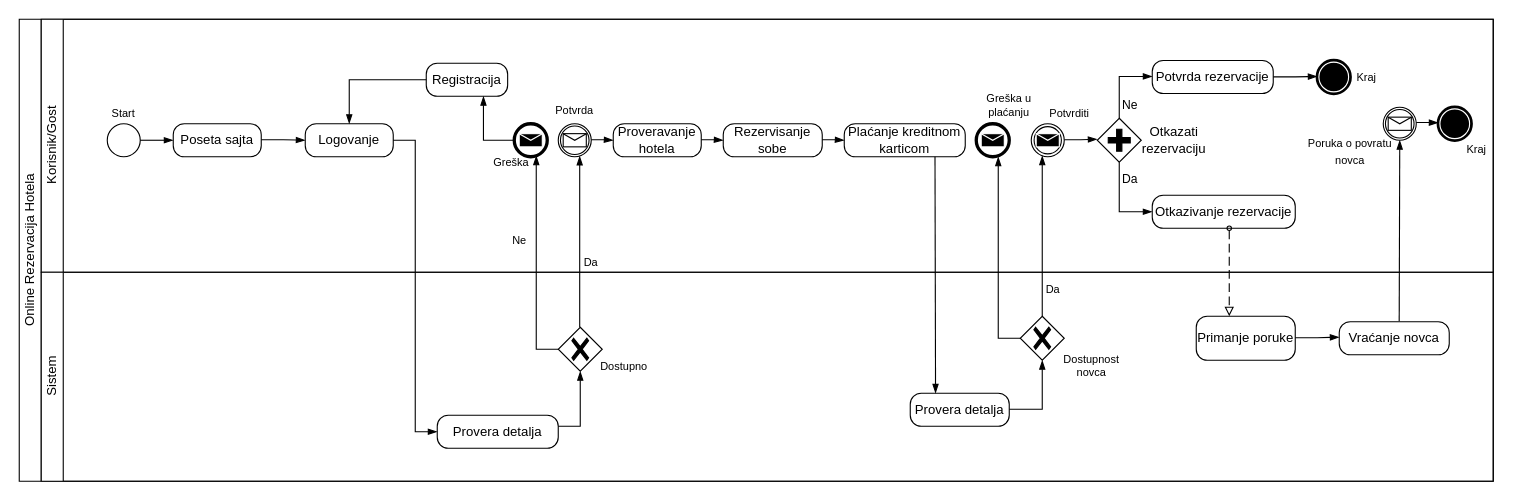
Above: Neimenovani dijagram.drawio in KatarinaBatic/Test (draw.io), before the change. Source tidied: cells renumbered, new cells numbered last; positions are measured from the earlier drawing's top-left corner, leaving out a move shared by most shapes. Both pictures are drawn from the tidied source at 110%, with x=0, y=0 at pixel (19, 19).
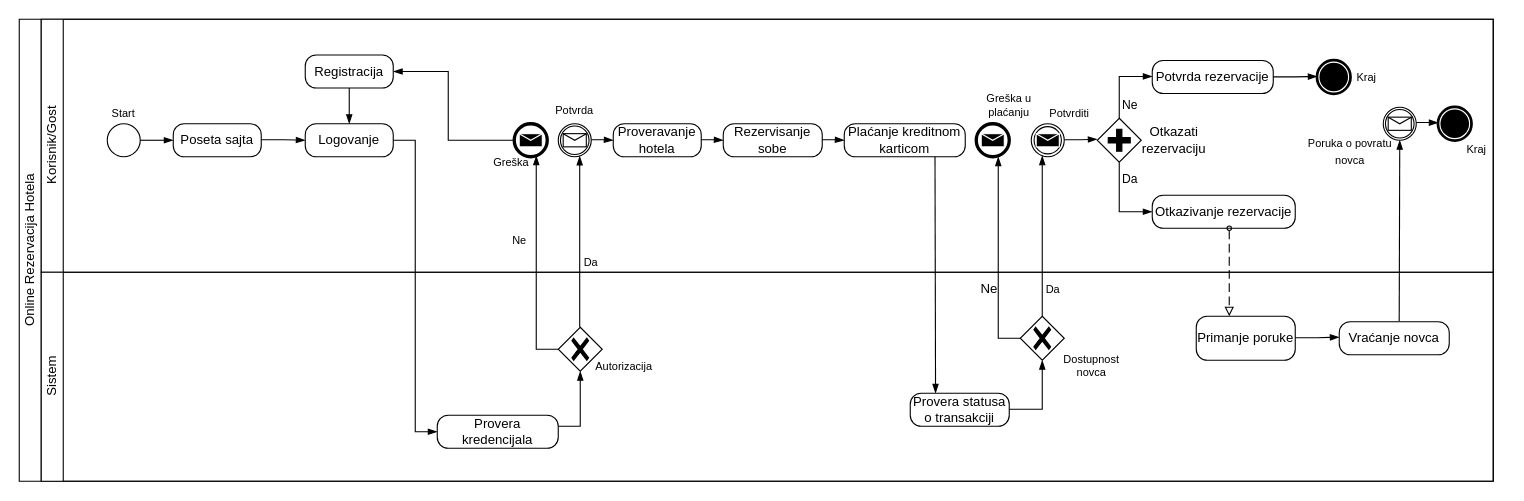
Above is the later version.

The change refers to these unchanged cells:
```xml
<mxCell id="3" value="&lt;span style=&quot;font-weight: normal;&quot;&gt;Korisnik/Gost&lt;/span&gt;" style="swimlane;html=1;startSize=20;horizontal=0;" parent="2" vertex="1">
  <mxGeometry x="20" width="1320" height="230" as="geometry" />
</mxCell>
<mxCell id="8" value="Logovanje" style="points=[[0.25,0,0],[0.5,0,0],[0.75,0,0],[1,0.25,0],[1,0.5,0],[1,0.75,0],[0.75,1,0],[0.5,1,0],[0.25,1,0],[0,0.75,0],[0,0.5,0],[0,0.25,0]];shape=mxgraph.bpmn.task;whiteSpace=wrap;rectStyle=rounded;size=10;html=1;taskMarker=abstract;" parent="3" vertex="1">
  <mxGeometry x="240" y="95" width="80" height="30" as="geometry" />
</mxCell>
<mxCell id="12" style="points=[[0.145,0.145,0],[0.5,0,0],[0.855,0.145,0],[1,0.5,0],[0.855,0.855,0],[0.5,1,0],[0.145,0.855,0],[0,0.5,0]];shape=mxgraph.bpmn.event;html=1;verticalLabelPosition=bottom;labelBackgroundColor=#ffffff;verticalAlign=top;align=center;perimeter=ellipsePerimeter;outlineConnect=0;outline=end;symbol=message;" parent="3" vertex="1">
  <mxGeometry x="430" y="95" width="30" height="30" as="geometry" />
</mxCell>
<mxCell id="50" value="&lt;span style=&quot;font-weight: normal;&quot;&gt;Sistem&lt;/span&gt;" style="swimlane;html=1;startSize=20;horizontal=0;" parent="2" vertex="1">
  <mxGeometry x="20" y="230" width="1320" height="190" as="geometry" />
</mxCell>
```

Change to the diagram source:
```diff
@@
-    <mxCell id="10" value="Registracija" style="points=[[0.25,0,0],[0.5,0,0],[0.75,0,0],[1,0.25,0],[1,0.5,0],[1,0.75,0],[0.75,1,0],[0.5,1,0],[0.25,1,0],[0,0.75,0],[0,0.5,0],[0,0.25,0]];shape=mxgraph.bpmn.task;whiteSpace=wrap;rectStyle=rounded;size=10;html=1;taskMarker=abstract;" parent="3" vertex="1">
-      <mxGeometry x="350" y="40" width="74" height="30" as="geometry" />
-    </mxCell>
-    <mxCell id="11" style="edgeStyle=elbowEdgeStyle;fontSize=12;html=1;endArrow=blockThin;endFill=1;rounded=0;entryX=0.5;entryY=0;entryDx=0;entryDy=0;entryPerimeter=0;exitX=0;exitY=0.5;exitDx=0;exitDy=0;exitPerimeter=0;" parent="3" edge="1" source="10" target="8">
-      <mxGeometry relative="1" as="geometry">
-        <Array as="points">
-          <mxPoint x="280" y="60" />
-          <mxPoint x="310" y="50" />
-          <mxPoint x="270" y="50" />
-          <mxPoint x="295" y="70" />
-        </Array>
-      </mxGeometry>
-    </mxCell>
@@
-    <mxCell id="16" style="edgeStyle=elbowEdgeStyle;fontSize=12;html=1;endArrow=blockThin;endFill=1;rounded=0;exitX=0;exitY=0.5;exitDx=0;exitDy=0;exitPerimeter=0;" parent="3" edge="1" source="12" target="10">
+    <mxCell id="16" style="edgeStyle=elbowEdgeStyle;fontSize=12;html=1;endArrow=blockThin;endFill=1;rounded=0;exitX=0;exitY=0.5;exitDx=0;exitDy=0;exitPerimeter=0;entryX=1;entryY=0.5;entryDx=0;entryDy=0;entryPerimeter=0;" parent="3" edge="1" source="12" target="10">
       <mxGeometry relative="1" as="geometry">
         <Array as="points">
-          <mxPoint x="402" y="105" />
+          <mxPoint x="370" y="60" />
         </Array>
       </mxGeometry>
     </mxCell>
@@
+    <mxCell id="10" value="Registracija" style="points=[[0.25,0,0],[0.5,0,0],[0.75,0,0],[1,0.25,0],[1,0.5,0],[1,0.75,0],[0.75,1,0],[0.5,1,0],[0.25,1,0],[0,0.75,0],[0,0.5,0],[0,0.25,0]];shape=mxgraph.bpmn.task;whiteSpace=wrap;rectStyle=rounded;size=10;html=1;taskMarker=abstract;" parent="3" vertex="1">
+      <mxGeometry x="240" y="32.5" width="80" height="30" as="geometry" />
+    </mxCell>
+    <mxCell id="11" style="edgeStyle=elbowEdgeStyle;fontSize=12;html=1;endArrow=blockThin;endFill=1;rounded=0;exitX=0.5;exitY=1;exitDx=0;exitDy=0;exitPerimeter=0;entryX=0.5;entryY=0;entryDx=0;entryDy=0;entryPerimeter=0;" parent="3" edge="1" source="10" target="8">
+      <mxGeometry relative="1" as="geometry" />
+    </mxCell>
@@
-    <mxCell id="51" value="Provera detalja" style="shape=mxgraph.bpmn.task;whiteSpace=wrap;rectStyle=rounded;size=10;html=1;taskMarker=abstract;fontSize=12;" parent="50" vertex="1">
+    <mxCell id="51" value="Provera kredencijala" style="shape=mxgraph.bpmn.task;whiteSpace=wrap;rectStyle=rounded;size=10;html=1;taskMarker=abstract;fontSize=12;" parent="50" vertex="1">
       <mxGeometry x="360" y="130" width="110" height="30" as="geometry" />
     </mxCell>
@@
-    <mxCell id="56" value="Provera detalja" style="points=[[0.25,0,0],[0.5,0,0],[0.75,0,0],[1,0.25,0],[1,0.5,0],[1,0.75,0],[0.75,1,0],[0.5,1,0],[0.25,1,0],[0,0.75,0],[0,0.5,0],[0,0.25,0]];shape=mxgraph.bpmn.task;whiteSpace=wrap;rectStyle=rounded;size=10;html=1;taskMarker=abstract;fontSize=12;" parent="50" vertex="1">
+    <mxCell id="56" value="Provera statusa o transakciji" style="points=[[0.25,0,0],[0.5,0,0],[0.75,0,0],[1,0.25,0],[1,0.5,0],[1,0.75,0],[0.75,1,0],[0.5,1,0],[0.25,1,0],[0,0.75,0],[0,0.5,0],[0,0.25,0]];shape=mxgraph.bpmn.task;whiteSpace=wrap;rectStyle=rounded;size=10;html=1;taskMarker=abstract;fontSize=12;" parent="50" vertex="1">
       <mxGeometry x="790" y="110" width="90" height="30" as="geometry" />
     </mxCell>
@@
-    <mxCell id="59" value="Dostupno" style="text;html=1;strokeColor=none;fillColor=none;align=center;verticalAlign=middle;whiteSpace=wrap;rounded=0;fontSize=10;" parent="50" vertex="1">
+    <mxCell id="59" value="Autorizacija" style="text;html=1;strokeColor=none;fillColor=none;align=center;verticalAlign=middle;whiteSpace=wrap;rounded=0;fontSize=10;" parent="50" vertex="1">
       <mxGeometry x="500" y="80" width="60" height="10" as="geometry" />
     </mxCell>
@@
+    <mxCell id="68" value="Ne" style="text;html=1;strokeColor=none;fillColor=none;align=center;verticalAlign=middle;whiteSpace=wrap;rounded=0;" parent="50" vertex="1">
+      <mxGeometry x="847" y="10" width="30" height="10" as="geometry" />
+    </mxCell>
```
